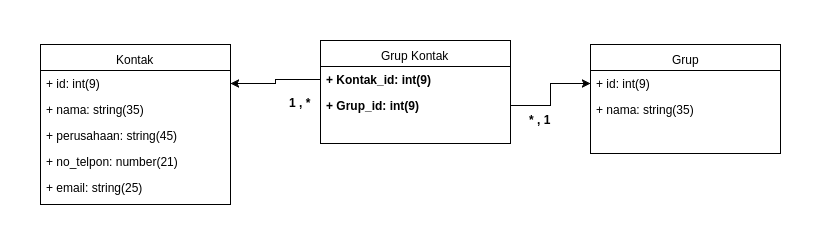
fire-fox-2017/schema-address-book keeps this draw.io diagram as address_book_schema.png. Above is the earlier version. Source tidied: cells renumbered, new cells last; positions are measured from the earlier drawing's top-left corner, leaving out a move shared by most shapes. Its diagram source:
```xml
<mxGraphModel background="#ffffff">
  <root>
    <mxCell id="0" />
    <mxCell id="1" parent="0" />
    <mxCell id="2" value="Kontak" style="swimlane;html=1;fontStyle=0;horizontal=1;startSize=26;fillColor=none;swimlaneFillColor=#ffffff;fontSize=12;" parent="1" vertex="1">
      <mxGeometry y="4" width="190" height="160" as="geometry" />
    </mxCell>
    <mxCell id="3" value="+ id: int(9)" style="text;html=1;strokeColor=none;fillColor=none;align=left;verticalAlign=top;spacingLeft=4;spacingRight=4;whiteSpace=wrap;overflow=hidden;points=[[0,0.5],[1,0.5]];portConstraint=eastwest;" parent="2" vertex="1">
      <mxGeometry y="26" width="190" height="26" as="geometry" />
    </mxCell>
    <mxCell id="4" value="+ nama: string(35)" style="text;html=1;strokeColor=none;fillColor=none;align=left;verticalAlign=top;spacingLeft=4;spacingRight=4;whiteSpace=wrap;overflow=hidden;" parent="2" vertex="1">
      <mxGeometry y="52" width="190" height="26" as="geometry" />
    </mxCell>
    <mxCell id="5" value="+ perusahaan: string(45)" style="text;html=1;strokeColor=none;fillColor=none;align=left;verticalAlign=top;spacingLeft=4;spacingRight=4;whiteSpace=wrap;overflow=hidden;" parent="2" vertex="1">
      <mxGeometry y="78" width="190" height="26" as="geometry" />
    </mxCell>
    <mxCell id="6" value="+ no_telpon: number(21)" style="text;html=1;strokeColor=none;fillColor=none;align=left;verticalAlign=top;spacingLeft=4;spacingRight=4;whiteSpace=wrap;overflow=hidden;" parent="2" vertex="1">
      <mxGeometry y="104" width="190" height="26" as="geometry" />
    </mxCell>
    <mxCell id="7" value="+ email: string(25)" style="text;html=1;strokeColor=none;fillColor=none;align=left;verticalAlign=top;spacingLeft=4;spacingRight=4;whiteSpace=wrap;overflow=hidden;" parent="2" vertex="1">
      <mxGeometry y="130" width="190" height="26" as="geometry" />
    </mxCell>
    <mxCell id="8" value="Grup" style="swimlane;html=1;fontStyle=0;horizontal=1;startSize=26;fillColor=none;swimlaneFillColor=#ffffff;fontSize=12;" parent="1" vertex="1">
      <mxGeometry x="550" y="4" width="190" height="109" as="geometry" />
    </mxCell>
    <mxCell id="9" value="+ id: int(9)" style="text;html=1;strokeColor=none;fillColor=none;align=left;verticalAlign=top;spacingLeft=4;spacingRight=4;whiteSpace=wrap;overflow=hidden;points=[[0,0.5],[1,0.5]];portConstraint=eastwest;" parent="8" vertex="1">
      <mxGeometry y="26" width="190" height="26" as="geometry" />
    </mxCell>
    <mxCell id="10" value="+ nama: string(35)" style="text;html=1;strokeColor=none;fillColor=none;align=left;verticalAlign=top;spacingLeft=4;spacingRight=4;whiteSpace=wrap;overflow=hidden;" parent="8" vertex="1">
      <mxGeometry y="52" width="190" height="26" as="geometry" />
    </mxCell>
    <mxCell id="11" value="Grup Kontak" style="swimlane;html=1;fontStyle=0;horizontal=1;startSize=26;fillColor=none;swimlaneFillColor=#ffffff;fontSize=12;" parent="1" vertex="1">
      <mxGeometry x="280" width="190" height="103" as="geometry" />
    </mxCell>
    <mxCell id="12" value="+ Kontak_id: int(9)" style="text;html=1;strokeColor=none;fillColor=none;align=left;verticalAlign=top;spacingLeft=4;spacingRight=4;whiteSpace=wrap;overflow=hidden;points=[[0,0.5],[1,0.5]];portConstraint=eastwest;fontStyle=1;" parent="11" vertex="1">
      <mxGeometry y="26" width="190" height="26" as="geometry" />
    </mxCell>
    <mxCell id="13" value="+ Grup_id: int(9)" style="text;html=1;strokeColor=none;fillColor=none;align=left;verticalAlign=top;spacingLeft=4;spacingRight=4;whiteSpace=wrap;overflow=hidden;points=[[0,0.5],[1,0.5]];portConstraint=eastwest;fontStyle=1;" parent="11" vertex="1">
      <mxGeometry y="52" width="190" height="26" as="geometry" />
    </mxCell>
    <mxCell id="14" style="edgeStyle=orthogonalEdgeStyle;rounded=0;html=1;exitX=0;exitY=0.5;entryX=1;entryY=0.5;jettySize=auto;fontSize=12;" parent="1" edge="1" source="12" target="3">
      <mxGeometry relative="1" as="geometry" />
    </mxCell>
    <mxCell id="15" style="edgeStyle=orthogonalEdgeStyle;rounded=0;html=1;exitX=1;exitY=0.5;entryX=0;entryY=0.5;jettySize=auto;fontSize=12;" parent="1" edge="1" source="13" target="9">
      <mxGeometry relative="1" as="geometry" />
    </mxCell>
    <mxCell id="16" value="* , 1" style="text;html=1;align=center;fontStyle=1;verticalAlign=middle;spacingLeft=3;spacingRight=3;strokeColor=none;fontSize=12;" parent="1" vertex="1">
      <mxGeometry x="480" y="73" width="40" height="11" as="geometry" />
    </mxCell>
    <mxCell id="17" value="1 , *" style="text;html=1;align=center;fontStyle=1;verticalAlign=middle;spacingLeft=3;spacingRight=3;strokeColor=none;fontSize=12;" parent="1" vertex="1">
      <mxGeometry x="240" y="56" width="40" height="11" as="geometry" />
    </mxCell>
  </root>
</mxGraphModel>
```
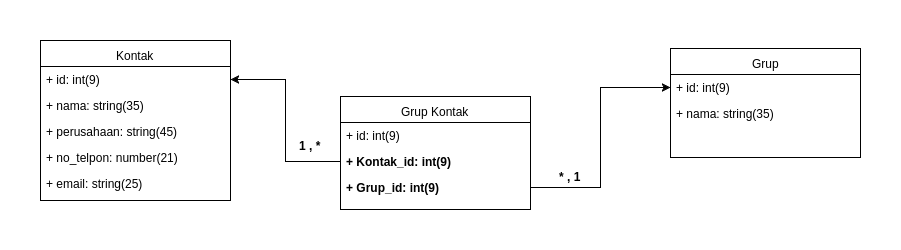
Later version of the same file.

The edit, as a diff of the source:
```diff
@@ -3,7 +3,7 @@
     <mxCell id="0" />
     <mxCell id="1" parent="0" />
     <mxCell id="2" value="Kontak" style="swimlane;html=1;fontStyle=0;horizontal=1;startSize=26;fillColor=none;swimlaneFillColor=#ffffff;fontSize=12;" parent="1" vertex="1">
-      <mxGeometry y="4" width="190" height="160" as="geometry" />
+      <mxGeometry y="-56" width="190" height="160" as="geometry" />
     </mxCell>
     <mxCell id="3" value="+ id: int(9)" style="text;html=1;strokeColor=none;fillColor=none;align=left;verticalAlign=top;spacingLeft=4;spacingRight=4;whiteSpace=wrap;overflow=hidden;points=[[0,0.5],[1,0.5]];portConstraint=eastwest;" parent="2" vertex="1">
       <mxGeometry y="26" width="190" height="26" as="geometry" />
@@ -21,7 +21,7 @@
       <mxGeometry y="130" width="190" height="26" as="geometry" />
     </mxCell>
     <mxCell id="8" value="Grup" style="swimlane;html=1;fontStyle=0;horizontal=1;startSize=26;fillColor=none;swimlaneFillColor=#ffffff;fontSize=12;" parent="1" vertex="1">
-      <mxGeometry x="550" y="4" width="190" height="109" as="geometry" />
+      <mxGeometry x="630" y="-48" width="190" height="109" as="geometry" />
     </mxCell>
     <mxCell id="9" value="+ id: int(9)" style="text;html=1;strokeColor=none;fillColor=none;align=left;verticalAlign=top;spacingLeft=4;spacingRight=4;whiteSpace=wrap;overflow=hidden;points=[[0,0.5],[1,0.5]];portConstraint=eastwest;" parent="8" vertex="1">
       <mxGeometry y="26" width="190" height="26" as="geometry" />
@@ -30,13 +30,16 @@
       <mxGeometry y="52" width="190" height="26" as="geometry" />
     </mxCell>
     <mxCell id="11" value="Grup Kontak" style="swimlane;html=1;fontStyle=0;horizontal=1;startSize=26;fillColor=none;swimlaneFillColor=#ffffff;fontSize=12;" parent="1" vertex="1">
-      <mxGeometry x="280" width="190" height="103" as="geometry" />
+      <mxGeometry x="300" width="190" height="113" as="geometry" />
     </mxCell>
+    <mxCell id="18" value="+ id: int(9)" style="text;html=1;strokeColor=none;fillColor=none;align=left;verticalAlign=top;spacingLeft=4;spacingRight=4;whiteSpace=wrap;overflow=hidden;" parent="11" vertex="1">
+      <mxGeometry y="26" width="190" height="26" as="geometry" />
+    </mxCell>
     <mxCell id="12" value="+ Kontak_id: int(9)" style="text;html=1;strokeColor=none;fillColor=none;align=left;verticalAlign=top;spacingLeft=4;spacingRight=4;whiteSpace=wrap;overflow=hidden;points=[[0,0.5],[1,0.5]];portConstraint=eastwest;fontStyle=1;" parent="11" vertex="1">
-      <mxGeometry y="26" width="190" height="26" as="geometry" />
+      <mxGeometry y="52" width="190" height="26" as="geometry" />
     </mxCell>
     <mxCell id="13" value="+ Grup_id: int(9)" style="text;html=1;strokeColor=none;fillColor=none;align=left;verticalAlign=top;spacingLeft=4;spacingRight=4;whiteSpace=wrap;overflow=hidden;points=[[0,0.5],[1,0.5]];portConstraint=eastwest;fontStyle=1;" parent="11" vertex="1">
-      <mxGeometry y="52" width="190" height="26" as="geometry" />
+      <mxGeometry y="78" width="190" height="26" as="geometry" />
     </mxCell>
     <mxCell id="14" style="edgeStyle=orthogonalEdgeStyle;rounded=0;html=1;exitX=0;exitY=0.5;entryX=1;entryY=0.5;jettySize=auto;fontSize=12;" parent="1" edge="1" source="12" target="3">
       <mxGeometry relative="1" as="geometry" />
@@ -45,10 +48,10 @@
       <mxGeometry relative="1" as="geometry" />
     </mxCell>
     <mxCell id="16" value="* , 1" style="text;html=1;align=center;fontStyle=1;verticalAlign=middle;spacingLeft=3;spacingRight=3;strokeColor=none;fontSize=12;" parent="1" vertex="1">
-      <mxGeometry x="480" y="73" width="40" height="11" as="geometry" />
+      <mxGeometry x="510" y="74" width="40" height="11" as="geometry" />
     </mxCell>
     <mxCell id="17" value="1 , *" style="text;html=1;align=center;fontStyle=1;verticalAlign=middle;spacingLeft=3;spacingRight=3;strokeColor=none;fontSize=12;" parent="1" vertex="1">
-      <mxGeometry x="240" y="56" width="40" height="11" as="geometry" />
+      <mxGeometry x="250" y="43" width="40" height="11" as="geometry" />
     </mxCell>
   </root>
 </mxGraphModel>
```
